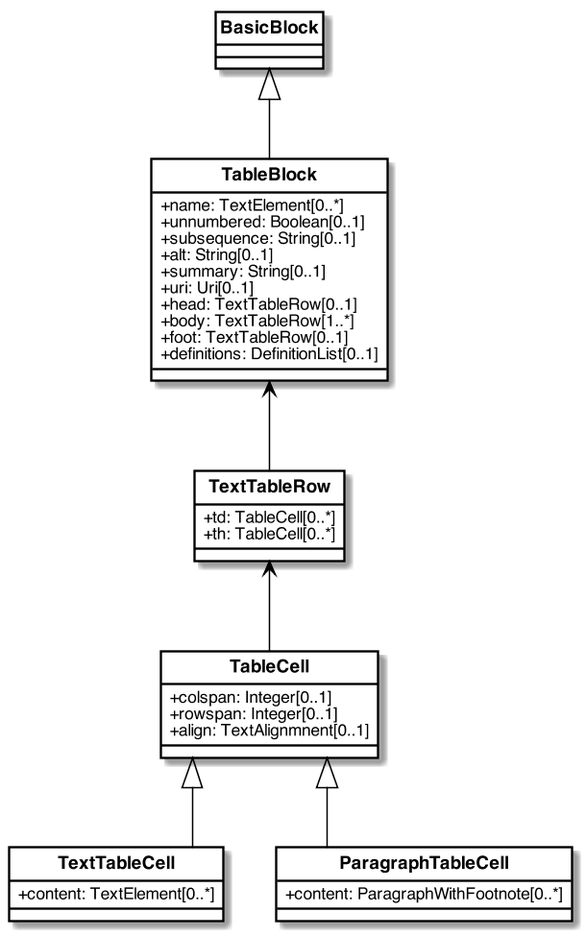
Above: images/Tables.png in metanorma/basicdoc-models (PlantUML), before the change.
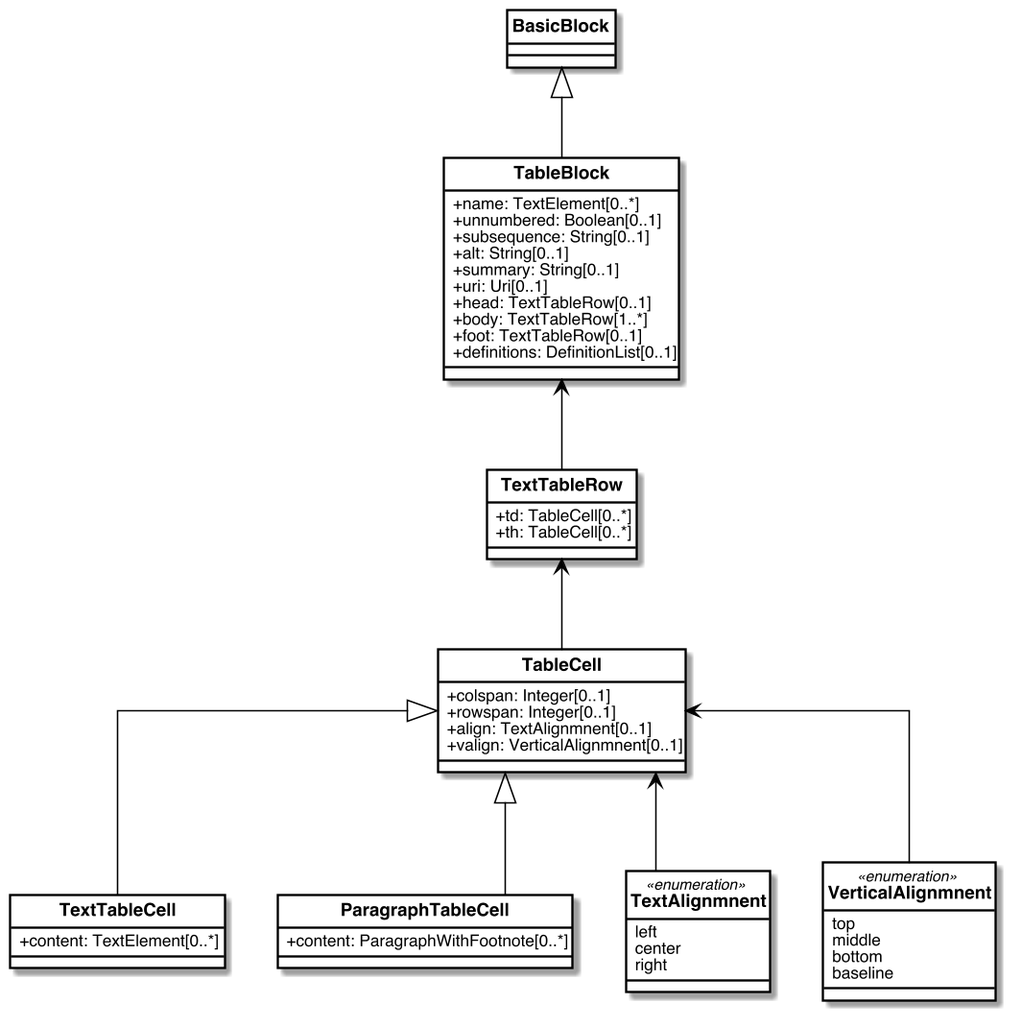
The same diagram one commit later.

Commit message:
add table valign: https://github.com/metanorma/metanorma-standoc/issues/252

What changed in the source:
```diff
@@ -1,44 +1,6 @@
 @startuml Tables
 
-
-skinparam Dpi 150
-skinparam Monochrome false
-skinparam LineType ortho
-hide circle
-skinparam Default {
-  TextAlignment center
-  FontName Helvetica
-}
-skinparam Class {
-  AttributeIconSize 0
-  BackgroundColor White
-  ArrowColor Black
-  BorderColor Black
-  FontStyle bold
-  StereotypeFontSize 10
-}
-skinparam Rectangle {
-  BackgroundColor White
-  ArrowColor Black
-  BorderColor Black
-  FontStyle bold
-  FontSize 11
-  StereotypeFontSize 10
-}
-skinparam Object {
-  BackgroundColor White
-  ArrowColor Black
-  BorderColor Black
-  FontStyle bold
-  FontSize 11
-  StereotypeFontSize 10
-}
-
-skinparam Entity {
-  StereotypeFontSize 10
-}
-
-
+!include style.uml.inc
 
 
 class BasicBlock {
@@ -66,6 +28,7 @@
     +colspan: Integer[0..1]
     +rowspan: Integer[0..1]
     +align: TextAlignmnent[0..1]
+    +valign: VerticalAlignmnent[0..1]
 }
 
 class TextTableCell{
@@ -76,6 +39,20 @@
     +content: ParagraphWithFootnote[0..*]
 }
 
+enum TextAlignmnent <<enumeration>>{
+left
+center
+right
+}
+
+enum VerticalAlignmnent <<enumeration>>{
+top
+middle
+bottom
+baseline
+}
+
+
 
 
 BasicBlock <|-- TableBlock
@@ -85,4 +62,7 @@
 TableCell <|-- TextTableCell
 TableCell <|-- ParagraphTableCell
 
+TableCell <-- TextAlignmnent
+TableCell <-- VerticalAlignmnent
+
 @enduml
```
